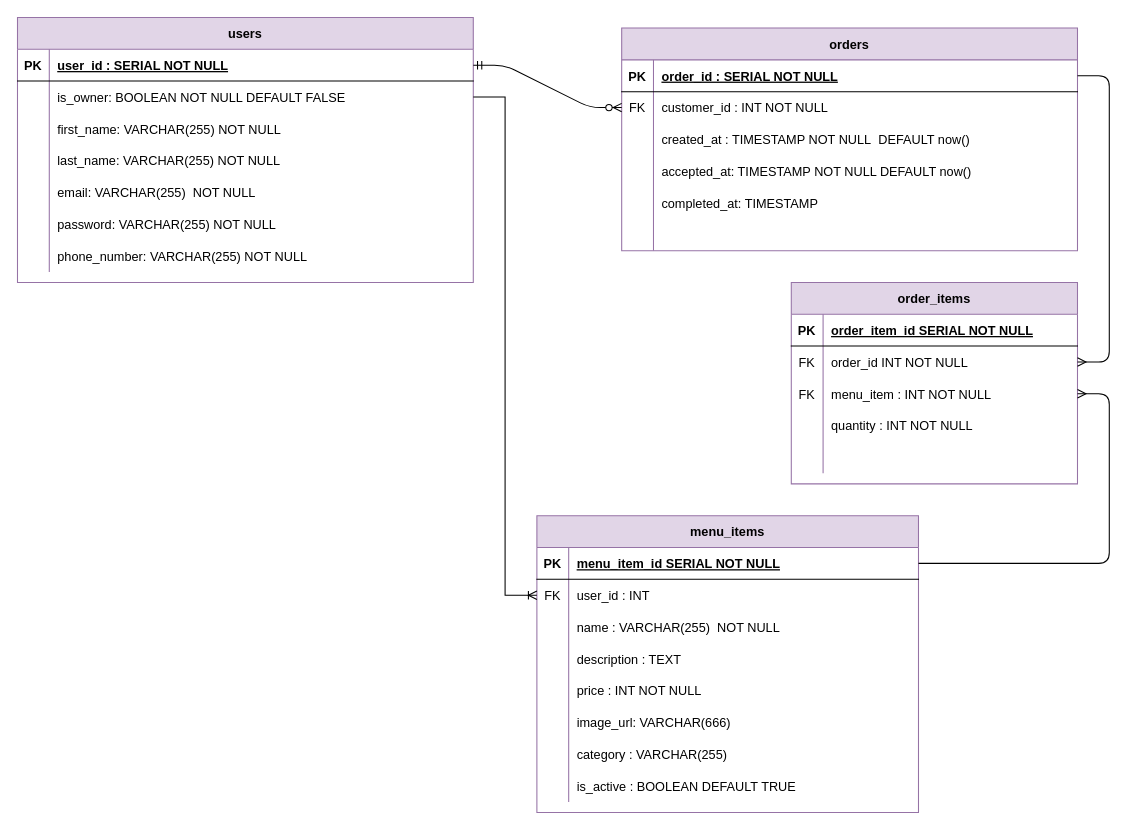
Before: planning/midterm.drawio in Enired/dds-food, a draw.io diagram. Source tidied: cells renumbered, new cells numbered last; positions are measured from the earlier drawing's top-left corner, leaving out a move shared by most shapes. Both pictures are drawn from the tidied source at 106%, with x=0, y=0 at pixel (17, 17).
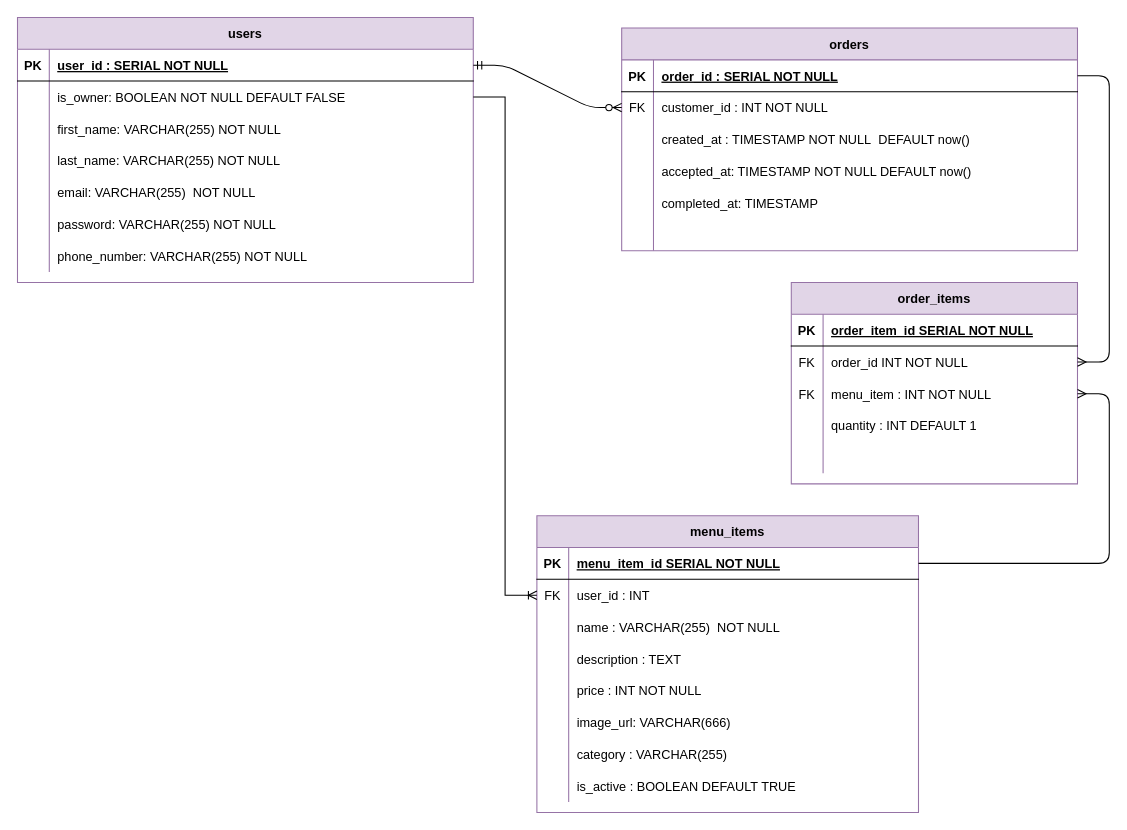
The same page after the edit.

Commit message (it also covers changes not shown here):
Update quantity value

The change refers to these unchanged cells:
```xml
<mxCell id="80" style="shape=tableRow;horizontal=0;startSize=0;swimlaneHead=0;swimlaneBody=0;fillColor=none;top=0;left=0;right=0;bottom=0;rounded=0;sketch=0;" parent="70" vertex="1">
  <mxGeometry y="120" width="270" height="30" as="geometry" />
</mxCell>
```

What changed in the source:
```diff
@@
-<mxGraphModel>
+<mxGraphModel background="#ffffff">
@@
-    <mxCell id="82" value="quantity : INT NOT NULL" style="shape=partialRectangle;fillColor=none;top=0;left=0;bottom=0;right=0;align=left;spacingLeft=6;overflow=hidden;rounded=0;sketch=0;" parent="80" vertex="1">
+    <mxCell id="82" value="quantity : INT DEFAULT 1" style="shape=partialRectangle;fillColor=none;top=0;left=0;bottom=0;right=0;align=left;spacingLeft=6;overflow=hidden;rounded=0;sketch=0;" parent="80" vertex="1">
       <mxGeometry x="30" width="240" height="30" as="geometry" />
     </mxCell>
```
